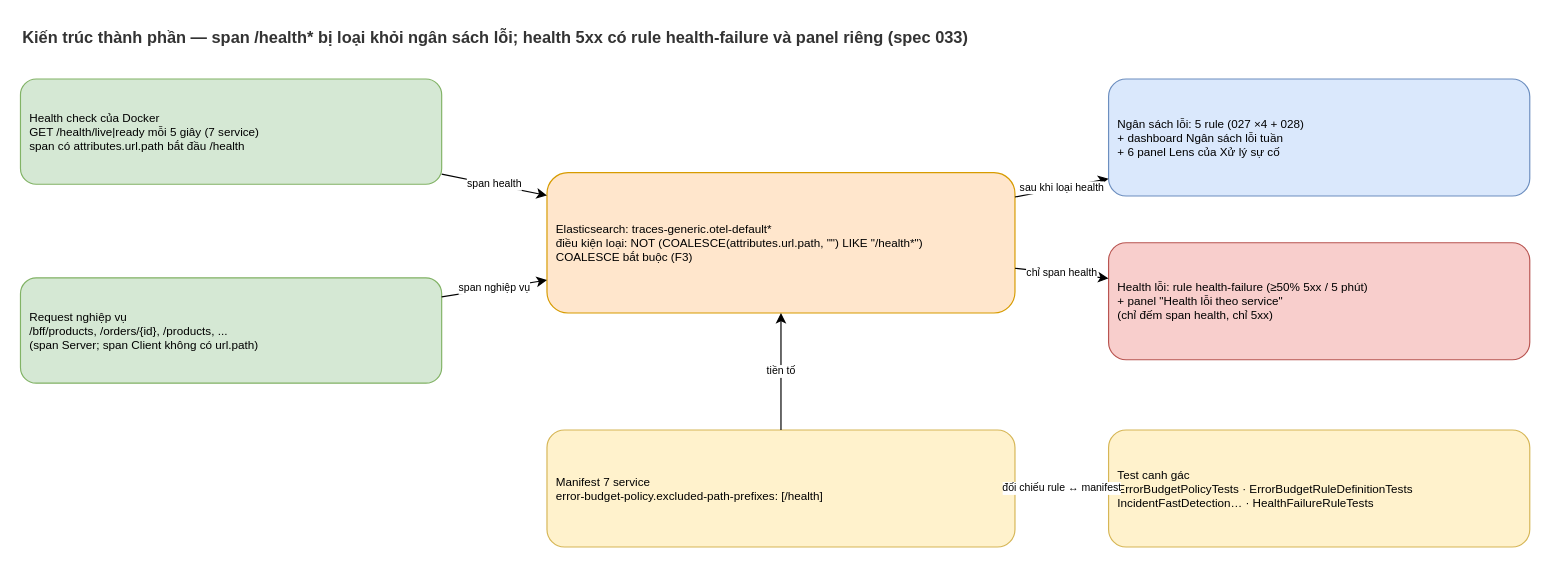
Earlier version of the draw.io diagram docs/diagrams/033-health-exclusion-component.drawio (nmhieuit/ecommerce). Source tidied: cells renumbered, new cells numbered last; positions are measured from the earlier drawing's top-left corner, leaving out a move shared by most shapes. Both pictures are drawn from the tidied source at 117%, with x=0, y=0 at pixel (20, 20).
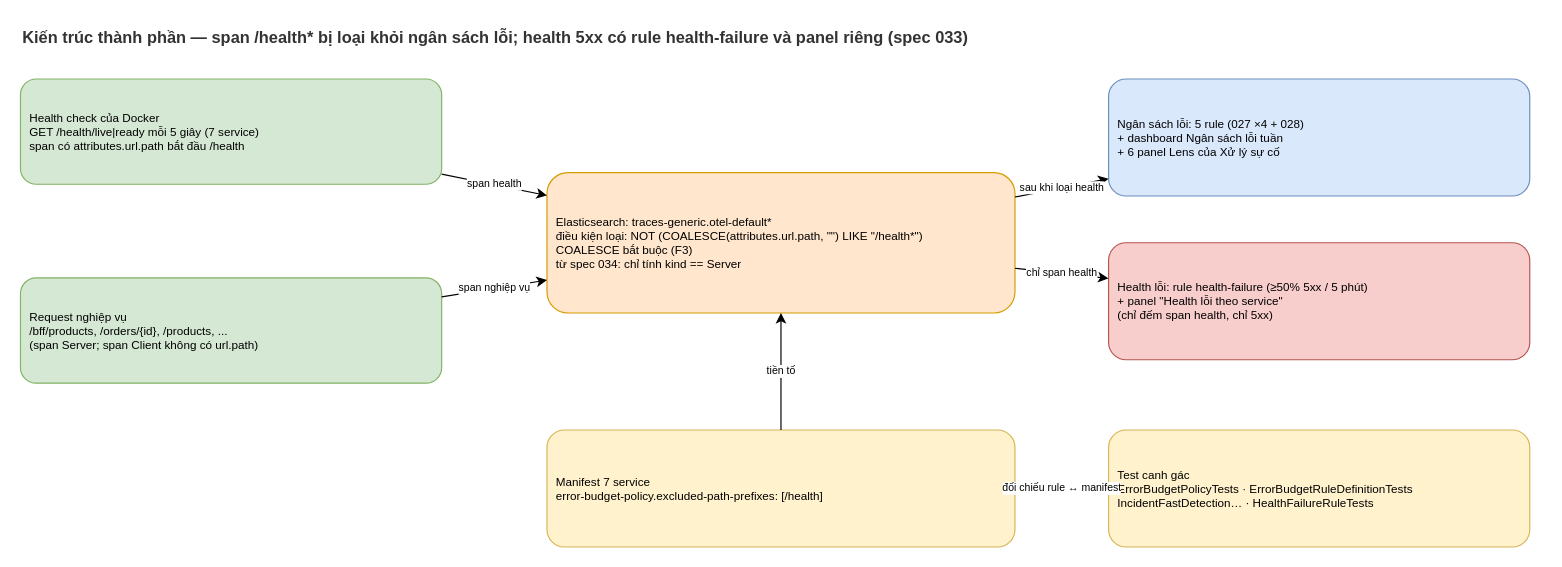
The same diagram, later.

What changed in the source:
```diff
@@
 <mxGraphModel>
   <root>
     <mxCell id="0" />
     <mxCell id="1" parent="0" />
     <mxCell id="2" value="Kiến trúc thành phần — span /health* bị loại khỏi ngân sách lỗi; health 5xx có rule health-failure và panel riêng (spec 033)" style="text;html=1;fontStyle=1;fontSize=14;fontColor=#333333;" parent="1" vertex="1">
       <mxGeometry width="1300" height="26" as="geometry" />
     </mxCell>
     <mxCell id="3" value="Health check của Docker&#10;GET /health/live|ready mỗi 5 giây (7 service)&#10;span có attributes.url.path bắt đầu /health" style="rounded=1;whiteSpace=wrap;html=1;fillColor=#d5e8d4;strokeColor=#82b366;fontSize=10;align=left;spacingLeft=6;" parent="1" vertex="1">
       <mxGeometry y="50" width="360" height="90" as="geometry" />
     </mxCell>
     <mxCell id="4" value="Request nghiệp vụ&#10;/bff/products, /orders/{id}, /products, ...&#10;(span Server; span Client không có url.path)" style="rounded=1;whiteSpace=wrap;html=1;fillColor=#d5e8d4;strokeColor=#82b366;fontSize=10;align=left;spacingLeft=6;" parent="1" vertex="1">
       <mxGeometry y="220" width="360" height="90" as="geometry" />
     </mxCell>
-    <mxCell id="5" value="Elasticsearch: traces-generic.otel-default*&#10;điều kiện loại: NOT (COALESCE(attributes.url.path, &quot;&quot;) LIKE &quot;/health*&quot;)&#10;COALESCE bắt buộc (F3)" style="rounded=1;whiteSpace=wrap;html=1;fillColor=#ffe6cc;strokeColor=#d79b00;fontSize=10;align=left;spacingLeft=6;" parent="1" vertex="1">
+    <mxCell id="5" value="Elasticsearch: traces-generic.otel-default*&#10;điều kiện loại: NOT (COALESCE(attributes.url.path, &quot;&quot;) LIKE &quot;/health*&quot;)&#10;COALESCE bắt buộc (F3)&#10;từ spec 034: chỉ tính kind == Server" style="rounded=1;whiteSpace=wrap;html=1;fillColor=#ffe6cc;strokeColor=#d79b00;fontSize=10;align=left;spacingLeft=6;" parent="1" vertex="1">
       <mxGeometry x="450" y="130" width="400" height="120" as="geometry" />
     </mxCell>
     <mxCell id="6" value="Ngân sách lỗi: 5 rule (027 ×4 + 028)&#10;+ dashboard Ngân sách lỗi tuần&#10;+ 6 panel Lens của Xử lý sự cố" style="rounded=1;whiteSpace=wrap;html=1;fillColor=#dae8fc;strokeColor=#6c8ebf;fontSize=10;align=left;spacingLeft=6;" parent="1" vertex="1">
       <mxGeometry x="930" y="50" width="360" height="100" as="geometry" />
     </mxCell>
     <mxCell id="7" value="Health lỗi: rule health-failure (≥50% 5xx / 5 phút)&#10;+ panel &quot;Health lỗi theo service&quot;&#10;(chỉ đếm span health, chỉ 5xx)" style="rounded=1;whiteSpace=wrap;html=1;fillColor=#f8cecc;strokeColor=#b85450;fontSize=10;align=left;spacingLeft=6;" parent="1" vertex="1">
       <mxGeometry x="930" y="190" width="360" height="100" as="geometry" />
     </mxCell>
     <mxCell id="8" value="Manifest 7 service&#10;error-budget-policy.excluded-path-prefixes: [/health]" style="rounded=1;whiteSpace=wrap;html=1;fillColor=#fff2cc;strokeColor=#d6b656;fontSize=10;align=left;spacingLeft=6;" parent="1" vertex="1">
       <mxGeometry x="450" y="350" width="400" height="100" as="geometry" />
     </mxCell>
     <mxCell id="9" value="Test canh gác&#10;ErrorBudgetPolicyTests · ErrorBudgetRuleDefinitionTests&#10;IncidentFastDetection… · HealthFailureRuleTests" style="rounded=1;whiteSpace=wrap;html=1;fillColor=#fff2cc;strokeColor=#d6b656;fontSize=10;align=left;spacingLeft=6;" parent="1" vertex="1">
       <mxGeometry x="930" y="350" width="360" height="100" as="geometry" />
     </mxCell>
     <mxCell id="10" value="span health" style="endArrow=classic;html=1;fontSize=9;" parent="1" edge="1" source="3" target="5">
       <mxGeometry relative="1" as="geometry" />
     </mxCell>
     <mxCell id="11" value="span nghiệp vụ" style="endArrow=classic;html=1;fontSize=9;" parent="1" edge="1" source="4" target="5">
       <mxGeometry relative="1" as="geometry" />
     </mxCell>
     <mxCell id="12" value="sau khi loại health" style="endArrow=classic;html=1;fontSize=9;" parent="1" edge="1" source="5" target="6">
       <mxGeometry relative="1" as="geometry" />
     </mxCell>
     <mxCell id="13" value="chỉ span health" style="endArrow=classic;html=1;fontSize=9;" parent="1" edge="1" source="5" target="7">
       <mxGeometry relative="1" as="geometry" />
     </mxCell>
     <mxCell id="14" value="đối chiếu rule ↔ manifest" style="endArrow=classic;html=1;fontSize=9;" parent="1" edge="1" source="8" target="9">
       <mxGeometry relative="1" as="geometry" />
     </mxCell>
     <mxCell id="15" value="tiền tố" style="endArrow=classic;html=1;fontSize=9;" parent="1" edge="1" source="8" target="5">
       <mxGeometry relative="1" as="geometry" />
     </mxCell>
   </root>
 </mxGraphModel>
```
